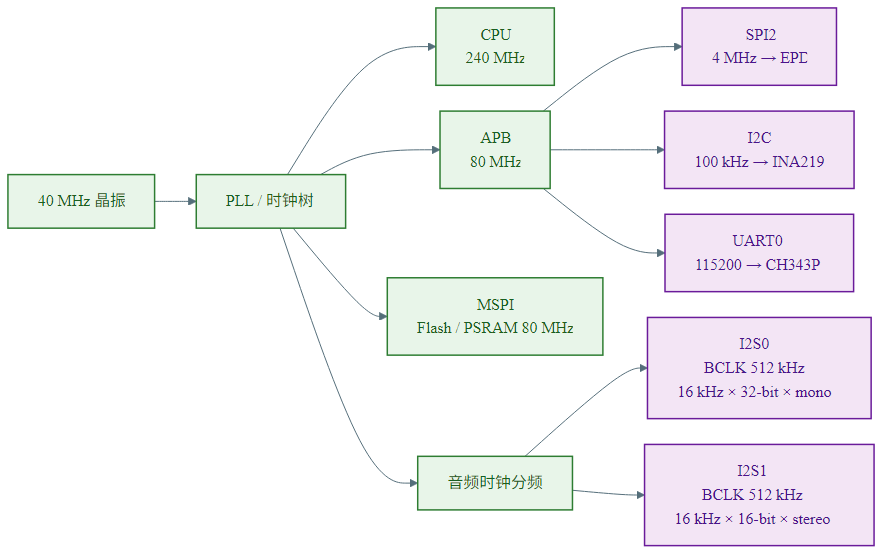
Before: docs/diagrams/renders/clock-tree.png, a diagram exported from Mermaid (kyhx/E-Ink-English-Learning-Device-KYHX). Its source is kept beside it as docs/diagrams/src/clock-tree.mmd.
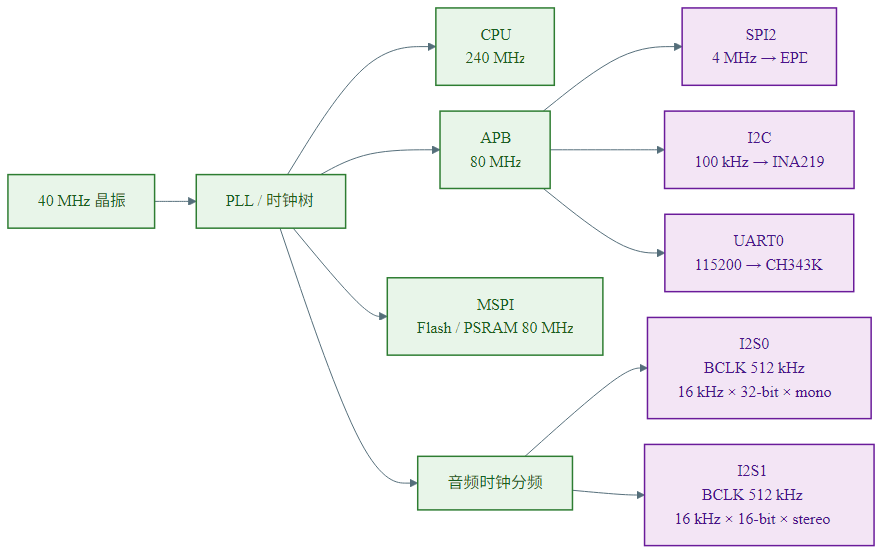
After the change.

The edit, as a diff of the source:
```diff
@@ -20,7 +20,7 @@
 
   EPD["SPI2<br/>4 MHz → EPD"]
   I2C["I2C<br/>100 kHz → INA219"]
-  UART["UART0<br/>115200 → CH343P"]
+  UART["UART0<br/>115200 → CH343K"]
   I2S0["I2S0<br/>BCLK 512 kHz<br/>16 kHz × 32-bit × mono"]
   I2S1["I2S1<br/>BCLK 512 kHz<br/>16 kHz × 16-bit × stereo"]
 
```
